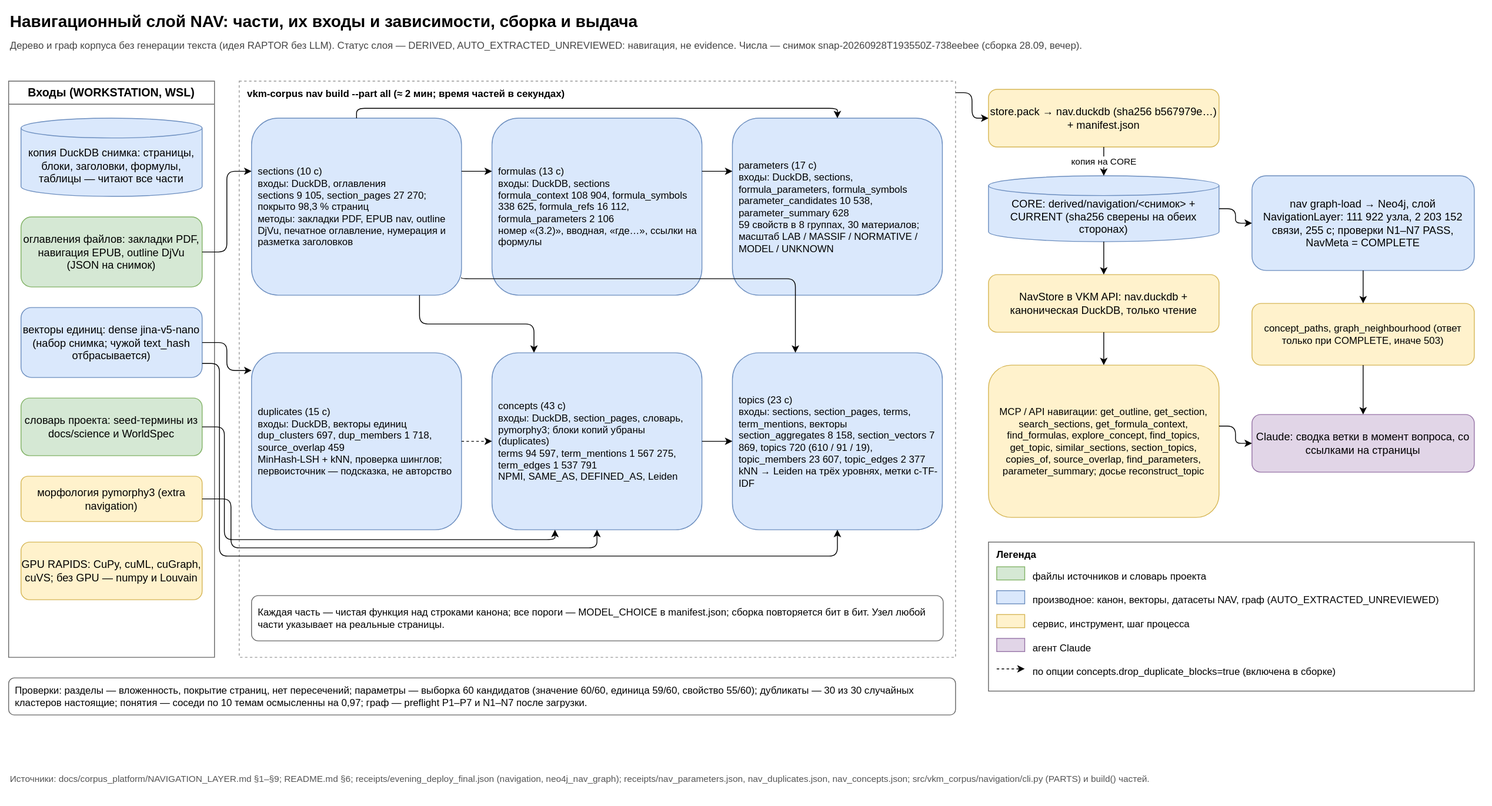
SUKUNA-AI/vkm-subsidence-forecasting keeps this draw.io diagram as docs/diagrams/nav_layer.svg. Above is the earlier version. Source tidied: cells renumbered, new cells last; positions are measured from the earlier drawing's top-left corner, leaving out a move shared by most shapes.
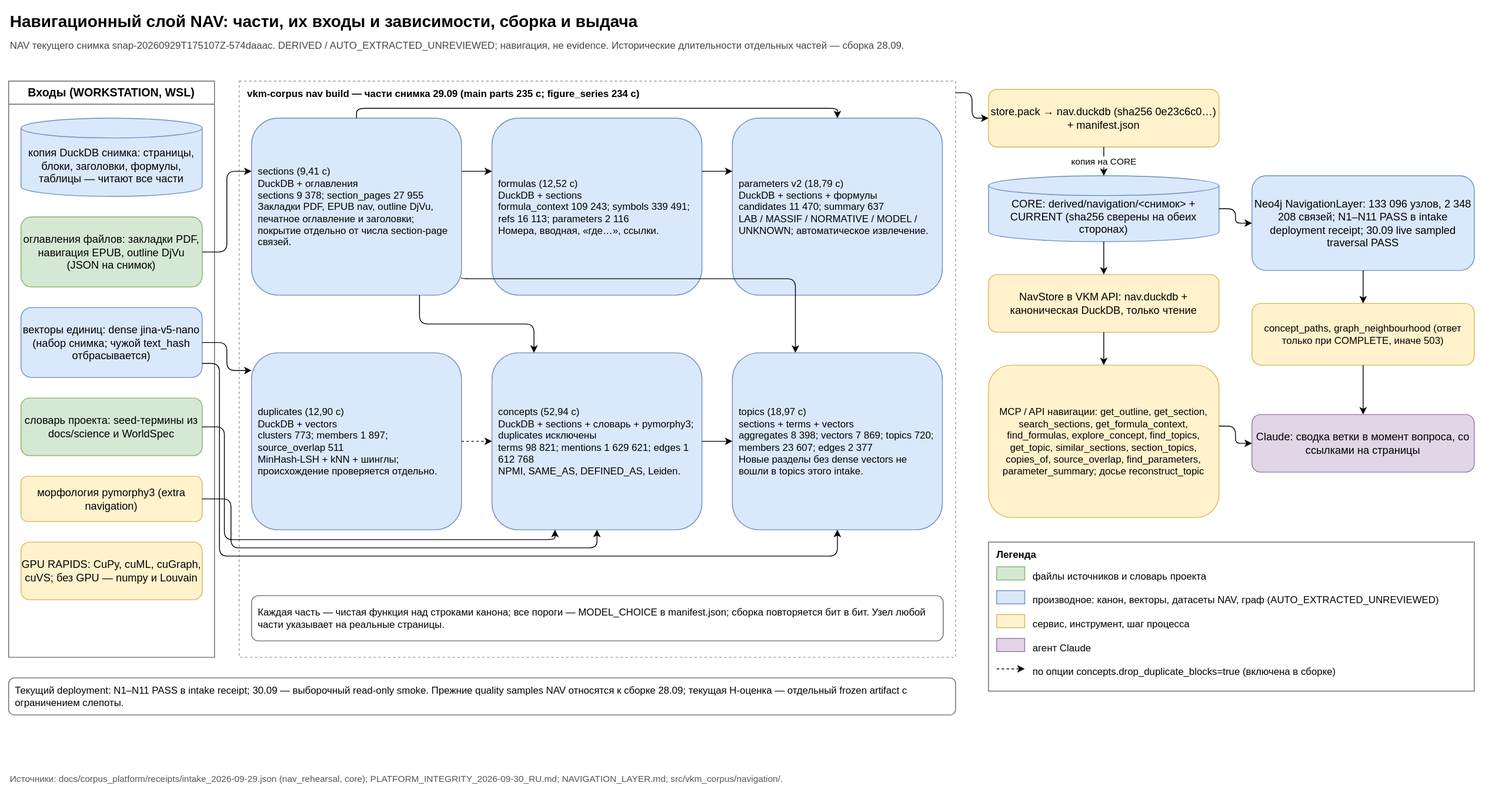
After the change.

The edit, as a diff of the source:
```diff
@@ -5,7 +5,7 @@
     <mxCell id="2" value="Навигационный слой NAV: части, их входы и зависимости, сборка и выдача" style="text;align=left;fontSize=20;fontStyle=1;html=1;verticalAlign=middle;whiteSpace=wrap;" parent="1" vertex="1">
       <mxGeometry width="1780" height="30" as="geometry" />
     </mxCell>
-    <mxCell id="3" value="Дерево и граф корпуса без генерации текста (идея RAPTOR без LLM). Статус слоя — DERIVED, AUTO_EXTRACTED_UNREVIEWED: навигация, не evidence. Числа — снимок snap-20260928T193550Z-738eebee (сборка 28.09, вечер)." style="text;align=left;fontColor=#444444;fontSize=12;html=1;verticalAlign=middle;whiteSpace=wrap;" parent="1" vertex="1">
+    <mxCell id="3" value="NAV текущего снимка snap-20260929T175107Z-574daaac. DERIVED / AUTO_EXTRACTED_UNREVIEWED; навигация, не evidence. Исторические длительности отдельных частей — сборка 28.09." style="text;align=left;fontColor=#444444;fontSize=12;html=1;verticalAlign=middle;whiteSpace=wrap;" parent="1" vertex="1">
       <mxGeometry y="32" width="1780" height="25" as="geometry" />
     </mxCell>
     <mxCell id="4" value="Входы (WORKSTATION, WSL)" style="swimlane;fillColor=#ffffff;fontSize=14;fontStyle=1;html=1;rounded=0;startSize=28;strokeColor=#666666;swimlaneFillColor=#ffffff;whiteSpace=wrap;" parent="1" vertex="1">
@@ -29,31 +29,31 @@
     <mxCell id="10" value="GPU RAPIDS: CuPy, cuML, cuGraph, cuVS; без GPU — numpy и Louvain" style="fillColor=#fff2cc;fontSize=13;html=1;rounded=1;strokeColor=#d6b656;whiteSpace=wrap;" parent="4" vertex="1">
       <mxGeometry x="15" y="560" width="220" height="70" as="geometry" />
     </mxCell>
-    <mxCell id="11" value="vkm-corpus nav build --part all (≈ 2 мин; время частей в секундах)" style="align=left;dashed=1;fillColor=none;fontSize=12;fontStyle=1;html=1;rounded=0;spacingLeft=8;spacingTop=2;strokeColor=#999999;verticalAlign=top;whiteSpace=wrap;" parent="1" vertex="1">
+    <mxCell id="11" value="vkm-corpus nav build — части снимка 29.09 (main parts 235 с; figure_series 234 с)" style="align=left;dashed=1;fillColor=none;fontSize=12;fontStyle=1;html=1;rounded=0;spacingLeft=8;spacingTop=2;strokeColor=#999999;verticalAlign=top;whiteSpace=wrap;" parent="1" vertex="1">
       <mxGeometry x="280" y="88" width="870" height="700" as="geometry" />
     </mxCell>
-    <mxCell id="12" value="sections (10 с)&lt;br&gt;входы: DuckDB, оглавления&lt;br&gt;sections 9 105, section_pages 27 270; покрыто 98,3 % страниц&lt;br&gt;методы: закладки PDF, EPUB nav, outline DjVu, печатное оглавление, нумерация и разметка заголовков" style="align=left;fillColor=#dae8fc;fontSize=12;html=1;rounded=1;spacingLeft=6;spacingRight=4;strokeColor=#6c8ebf;whiteSpace=wrap;" parent="11" vertex="1">
+    <mxCell id="12" value="sections (9,41 с)&lt;br&gt;DuckDB + оглавления&lt;br&gt;sections 9 378; section_pages 27 955&lt;br&gt;Закладки PDF, EPUB nav, outline DjVu, печатное оглавление и заголовки; покрытие отдельно от числа section-page связей." style="align=left;fillColor=#dae8fc;fontSize=12;html=1;rounded=1;spacingLeft=6;spacingRight=4;strokeColor=#6c8ebf;whiteSpace=wrap;" parent="11" vertex="1">
       <mxGeometry x="15" y="45" width="255" height="215" as="geometry" />
     </mxCell>
-    <mxCell id="13" value="formulas (13 с)&lt;br&gt;входы: DuckDB, sections&lt;br&gt;formula_context 108 904, formula_symbols 338 625, formula_refs 16 112, formula_parameters 2 106&lt;br&gt;номер «(3.2)», вводная, «где…», ссылки на формулы" style="align=left;fillColor=#dae8fc;fontSize=12;html=1;rounded=1;spacingLeft=6;spacingRight=4;strokeColor=#6c8ebf;whiteSpace=wrap;" parent="11" vertex="1">
+    <mxCell id="13" value="formulas (12,52 с)&lt;br&gt;DuckDB + sections&lt;br&gt;formula_context 109 243; symbols 339 491; refs 16 113; parameters 2 116&lt;br&gt;Номера, вводная, «где…», ссылки." style="align=left;fillColor=#dae8fc;fontSize=12;html=1;rounded=1;spacingLeft=6;spacingRight=4;strokeColor=#6c8ebf;whiteSpace=wrap;" parent="11" vertex="1">
       <mxGeometry x="307" y="45" width="255" height="215" as="geometry" />
     </mxCell>
-    <mxCell id="14" value="parameters (17 с)&lt;br&gt;входы: DuckDB, sections, formula_parameters, formula_symbols&lt;br&gt;parameter_candidates 10 538, parameter_summary 628&lt;br&gt;59 свойств в 8 группах, 30 материалов; масштаб LAB / MASSIF / NORMATIVE / MODEL / UNKNOWN" style="align=left;fillColor=#dae8fc;fontSize=12;html=1;rounded=1;spacingLeft=6;spacingRight=4;strokeColor=#6c8ebf;whiteSpace=wrap;" parent="11" vertex="1">
+    <mxCell id="14" value="parameters v2 (18,79 с)&lt;br&gt;DuckDB + sections + формулы&lt;br&gt;candidates 11 470; summary 637&lt;br&gt;LAB / MASSIF / NORMATIVE / MODEL / UNKNOWN; автоматическое извлечение." style="align=left;fillColor=#dae8fc;fontSize=12;html=1;rounded=1;spacingLeft=6;spacingRight=4;strokeColor=#6c8ebf;whiteSpace=wrap;" parent="11" vertex="1">
       <mxGeometry x="599" y="45" width="255" height="215" as="geometry" />
     </mxCell>
-    <mxCell id="15" value="duplicates (15 с)&lt;br&gt;входы: DuckDB, векторы единиц&lt;br&gt;dup_clusters 697, dup_members 1 718, source_overlap 459&lt;br&gt;MinHash-LSH + kNN, проверка шинглов; первоисточник — подсказка, не авторство" style="align=left;fillColor=#dae8fc;fontSize=12;html=1;rounded=1;spacingLeft=6;spacingRight=4;strokeColor=#6c8ebf;whiteSpace=wrap;" parent="11" vertex="1">
+    <mxCell id="15" value="duplicates (12,90 с)&lt;br&gt;DuckDB + vectors&lt;br&gt;clusters 773; members 1 897; source_overlap 511&lt;br&gt;MinHash-LSH + kNN + шинглы; происхождение проверяется отдельно." style="align=left;fillColor=#dae8fc;fontSize=12;html=1;rounded=1;spacingLeft=6;spacingRight=4;strokeColor=#6c8ebf;whiteSpace=wrap;" parent="11" vertex="1">
       <mxGeometry x="15" y="330" width="255" height="215" as="geometry" />
     </mxCell>
-    <mxCell id="16" value="concepts (43 с)&lt;br&gt;входы: DuckDB, section_pages, словарь, pymorphy3; блоки копий убраны (duplicates)&lt;br&gt;terms 94 597, term_mentions 1 567 275, term_edges 1 537 791&lt;br&gt;NPMI, SAME_AS, DEFINED_AS, Leiden" style="align=left;fillColor=#dae8fc;fontSize=12;html=1;rounded=1;spacingLeft=6;spacingRight=4;strokeColor=#6c8ebf;whiteSpace=wrap;" parent="11" vertex="1">
+    <mxCell id="16" value="concepts (52,94 с)&lt;br&gt;DuckDB + sections + словарь + pymorphy3; duplicates исключены&lt;br&gt;terms 98 821; mentions 1 629 621; edges 1 612 768&lt;br&gt;NPMI, SAME_AS, DEFINED_AS, Leiden." style="align=left;fillColor=#dae8fc;fontSize=12;html=1;rounded=1;spacingLeft=6;spacingRight=4;strokeColor=#6c8ebf;whiteSpace=wrap;" parent="11" vertex="1">
       <mxGeometry x="307" y="330" width="255" height="215" as="geometry" />
     </mxCell>
-    <mxCell id="17" value="topics (23 с)&lt;br&gt;входы: sections, section_pages, terms, term_mentions, векторы&lt;br&gt;section_aggregates 8 158, section_vectors 7 869, topics 720 (610 / 91 / 19), topic_members 23 607, topic_edges 2 377&lt;br&gt;kNN → Leiden на трёх уровнях, метки c-TF-IDF" style="align=left;fillColor=#dae8fc;fontSize=12;html=1;rounded=1;spacingLeft=6;spacingRight=4;strokeColor=#6c8ebf;whiteSpace=wrap;" parent="11" vertex="1">
+    <mxCell id="17" value="topics (18,97 с)&lt;br&gt;sections + terms + vectors&lt;br&gt;aggregates 8 398; vectors 7 869; topics 720; members 23 607; edges 2 377&lt;br&gt;Новые разделы без dense vectors не вошли в topics этого intake." style="align=left;fillColor=#dae8fc;fontSize=12;html=1;rounded=1;spacingLeft=6;spacingRight=4;strokeColor=#6c8ebf;whiteSpace=wrap;" parent="11" vertex="1">
       <mxGeometry x="599" y="330" width="255" height="215" as="geometry" />
     </mxCell>
     <mxCell id="18" value="Каждая часть — чистая функция над строками канона; все пороги — MODEL_CHOICE в manifest.json; сборка повторяется бит в бит. Узел любой части указывает на реальные страницы." style="align=left;fillColor=#ffffff;fontSize=12;html=1;rounded=1;spacingLeft=6;spacingRight=4;strokeColor=#666666;whiteSpace=wrap;" parent="11" vertex="1">
       <mxGeometry x="15" y="625" width="840" height="55" as="geometry" />
     </mxCell>
-    <mxCell id="19" value="store.pack → nav.duckdb (sha256 b567979e…) + manifest.json" style="fillColor=#fff2cc;fontSize=13;html=1;rounded=1;strokeColor=#d6b656;whiteSpace=wrap;" parent="1" vertex="1">
+    <mxCell id="19" value="store.pack → nav.duckdb (sha256 0e23c6c0…) + manifest.json" style="fillColor=#fff2cc;fontSize=13;html=1;rounded=1;strokeColor=#d6b656;whiteSpace=wrap;" parent="1" vertex="1">
       <mxGeometry x="1190" y="98" width="280" height="70" as="geometry" />
     </mxCell>
     <mxCell id="20" value="CORE: derived/navigation/&amp;lt;снимок&amp;gt; + CURRENT (sha256 сверены на обеих сторонах)" style="backgroundOutline=1;boundedLbl=1;fillColor=#dae8fc;fontSize=13;html=1;shape=cylinder3;size=12;strokeColor=#6c8ebf;whiteSpace=wrap;" parent="1" vertex="1">
@@ -62,7 +62,7 @@
     <mxCell id="21" value="NavStore в VKM API: nav.duckdb + каноническая DuckDB, только чтение" style="fillColor=#fff2cc;fontSize=13;html=1;rounded=1;strokeColor=#d6b656;whiteSpace=wrap;" parent="1" vertex="1">
       <mxGeometry x="1190" y="323" width="280" height="70" as="geometry" />
     </mxCell>
-    <mxCell id="22" value="nav graph-load → Neo4j, слой NavigationLayer: 111 922 узла, 2 203 152 связи, 255 с; проверки N1–N7 PASS, NavMeta = COMPLETE" style="fillColor=#dae8fc;fontSize=13;html=1;rounded=1;strokeColor=#6c8ebf;whiteSpace=wrap;" parent="1" vertex="1">
+    <mxCell id="22" value="Neo4j NavigationLayer: 133 096 узлов, 2 348 208 связей; N1–N11 PASS в intake deployment receipt; 30.09 live sampled traversal PASS" style="fillColor=#dae8fc;fontSize=13;html=1;rounded=1;strokeColor=#6c8ebf;whiteSpace=wrap;" parent="1" vertex="1">
       <mxGeometry x="1510" y="203" width="270" height="115" as="geometry" />
     </mxCell>
     <mxCell id="23" value="MCP / API навигации: get_outline, get_section, search_sections, get_formula_context, find_formulas, explore_concept, find_topics, get_topic, similar_sections, section_topics, copies_of, source_overlap, find_parameters, parameter_summary; досье reconstruct_topic" style="fillColor=#fff2cc;fontSize=12;html=1;rounded=1;strokeColor=#d6b656;whiteSpace=wrap;" parent="1" vertex="1">
@@ -74,7 +74,7 @@
     <mxCell id="25" value="Claude: сводка ветки в момент вопроса, со ссылками на страницы" style="fillColor=#e1d5e7;fontSize=13;html=1;rounded=1;strokeColor=#9673a6;whiteSpace=wrap;" parent="1" vertex="1">
       <mxGeometry x="1510" y="493" width="270" height="70" as="geometry" />
     </mxCell>
-    <mxCell id="26" value="Проверки: разделы — вложенность, покрытие страниц, нет пересечений; параметры — выборка 60 кандидатов (значение 60/60, единица 59/60, свойство 55/60); дубликаты — 30 из 30 случайных кластеров настоящие; понятия — соседи по 10 темам осмысленны на 0,97; граф — preflight P1–P7 и N1–N7 после загрузки." style="align=left;fillColor=#ffffff;fontSize=12;html=1;rounded=1;spacingLeft=6;spacingRight=4;strokeColor=#666666;whiteSpace=wrap;" parent="1" vertex="1">
+    <mxCell id="26" value="Текущий deployment: N1–N11 PASS в intake receipt; 30.09 — выборочный read-only smoke. Прежние quality samples NAV относятся к сборке 28.09; текущая H-оценка — отдельный frozen artifact с ограничением слепоты." style="align=left;fillColor=#ffffff;fontSize=12;html=1;rounded=1;spacingLeft=6;spacingRight=4;strokeColor=#666666;whiteSpace=wrap;" parent="1" vertex="1">
       <mxGeometry y="813" width="1150" height="45" as="geometry" />
     </mxCell>
     <mxCell id="27" value="Легенда" style="align=left;dashed=0;fillColor=#ffffff;fontSize=12;fontStyle=1;html=1;rounded=0;spacingLeft=8;spacingTop=2;strokeColor=#666666;verticalAlign=top;whiteSpace=wrap;" parent="1" vertex="1">
@@ -113,7 +113,7 @@
     <mxCell id="38" value="по опции concepts.drop_duplicate_blocks=true (включена в сборке)" style="text;align=left;fontSize=12;html=1;verticalAlign=top;whiteSpace=wrap;" parent="27" vertex="1">
       <mxGeometry x="52" y="144" width="530" height="25" as="geometry" />
     </mxCell>
-    <mxCell id="39" value="Источники: docs/corpus_platform/NAVIGATION_LAYER.md §1–§9; README.md §6; receipts/evening_deploy_final.json (navigation, neo4j_nav_graph); receipts/nav_parameters.json, nav_duplicates.json, nav_concepts.json; src/vkm_corpus/navigation/cli.py (PARTS) и build() частей." style="text;align=left;fontColor=#555555;fontSize=11;html=1;verticalAlign=middle;whiteSpace=wrap;" parent="1" vertex="1">
+    <mxCell id="39" value="Источники: docs/corpus_platform/receipts/intake_2026-09-29.json (nav_rehearsal, core); PLATFORM_INTEGRITY_2026-09-30_RU.md; NAVIGATION_LAYER.md; src/vkm_corpus/navigation/." style="text;align=left;fontColor=#555555;fontSize=11;html=1;verticalAlign=middle;whiteSpace=wrap;" parent="1" vertex="1">
       <mxGeometry y="923" width="1780" height="25" as="geometry" />
     </mxCell>
     <mxCell id="40" style="edgeStyle=orthogonalEdgeStyle;endArrow=classic;entryDx=0;entryDy=0;entryX=0;entryY=0.3;exitDx=0;exitDy=0;exitX=1;exitY=0.5;fontSize=11;html=1;labelBackgroundColor=#ffffff;rounded=1;" parent="1" edge="1" source="6" target="12">
```
